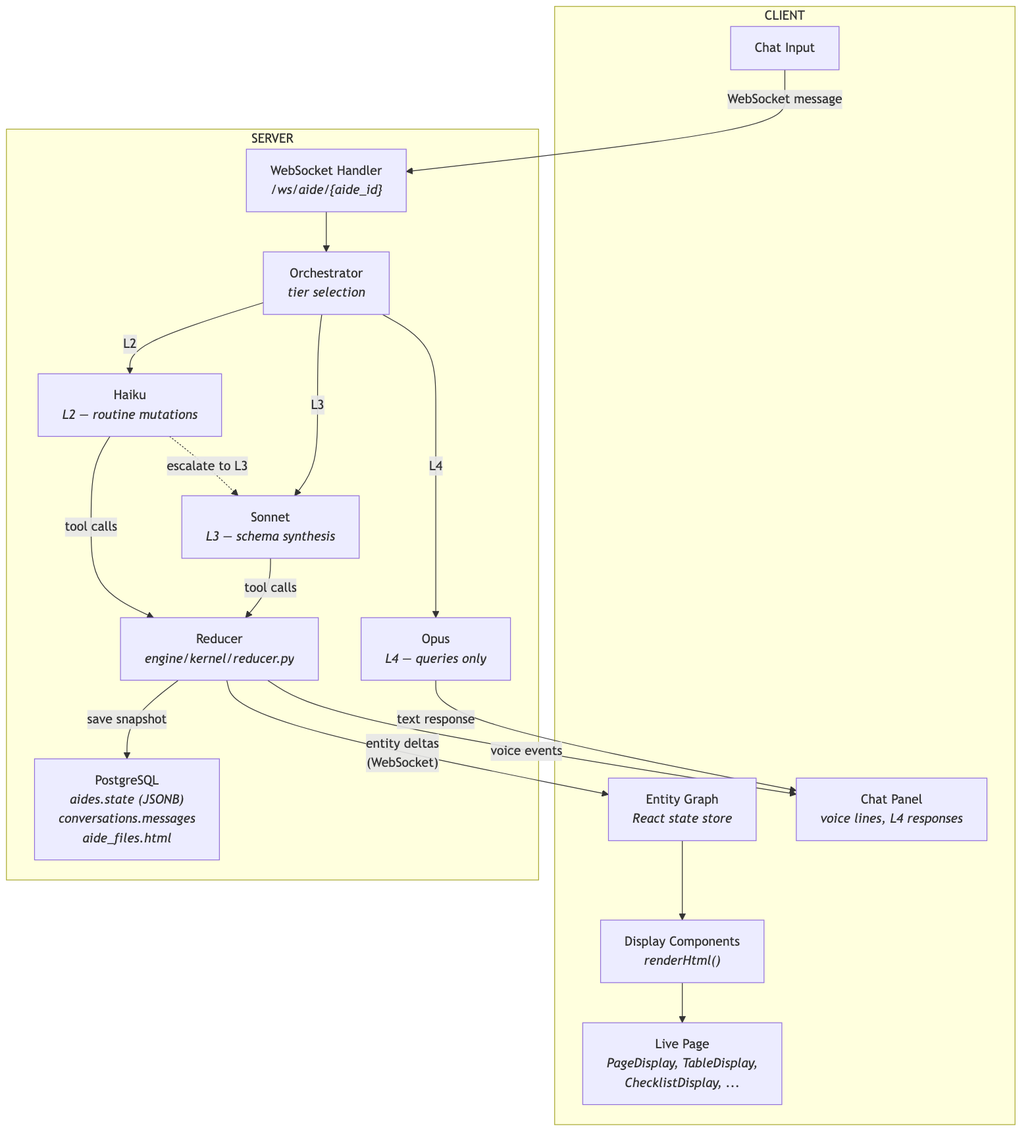
Above: docs/eng_design/aide_architecture.png in zcancio/aide (Mermaid), before the change. Its source is kept beside it as docs/eng_design/aide_architecture.mmd. Source of this version:
```mermaid
graph TD
    subgraph CLIENT["CLIENT"]
        direction TB
        INPUT["Chat Input"]
        CHAT["Chat Panel<br/><i>voice lines, L4 responses</i>"]
        GRAPH["Entity Graph<br/><i>React state store</i>"]
        RENDERER["Display Components<br/><i>renderHtml()</i>"]
        PAGE["Live Page<br/><i>PageDisplay, TableDisplay,<br/>ChecklistDisplay, ...</i>"]

        GRAPH --> RENDERER
        RENDERER --> PAGE
    end

    subgraph SERVER["SERVER"]
        direction TB
        WS["WebSocket Handler<br/><i>/ws/aide/{aide_id}</i>"]
        ORCH["Orchestrator<br/><i>tier selection</i>"]

        HAIKU["Haiku<br/><i>L2 — routine mutations</i>"]
        SONNET["Sonnet<br/><i>L3 — schema synthesis</i>"]
        OPUS["Opus<br/><i>L4 — queries only</i>"]

        REDUCER["Reducer<br/><i>engine/kernel/reducer.py</i>"]
        DB["PostgreSQL<br/><i>aides.state (JSONB)<br/>conversations.messages<br/>aide_files.html</i>"]

        WS --> ORCH
        ORCH -->|"L2"| HAIKU
        ORCH -->|"L3"| SONNET
        ORCH -->|"L4"| OPUS

        HAIKU -->|"tool calls"| REDUCER
        SONNET -->|"tool calls"| REDUCER
        HAIKU -.->|"escalate to L3"| SONNET

        REDUCER -->|"save snapshot"| DB
    end

    INPUT -->|"WebSocket message"| WS
    REDUCER -->|"entity deltas<br/>(WebSocket)"| GRAPH
    REDUCER -->|"voice events"| CHAT
    OPUS -->|"text response"| CHAT
```
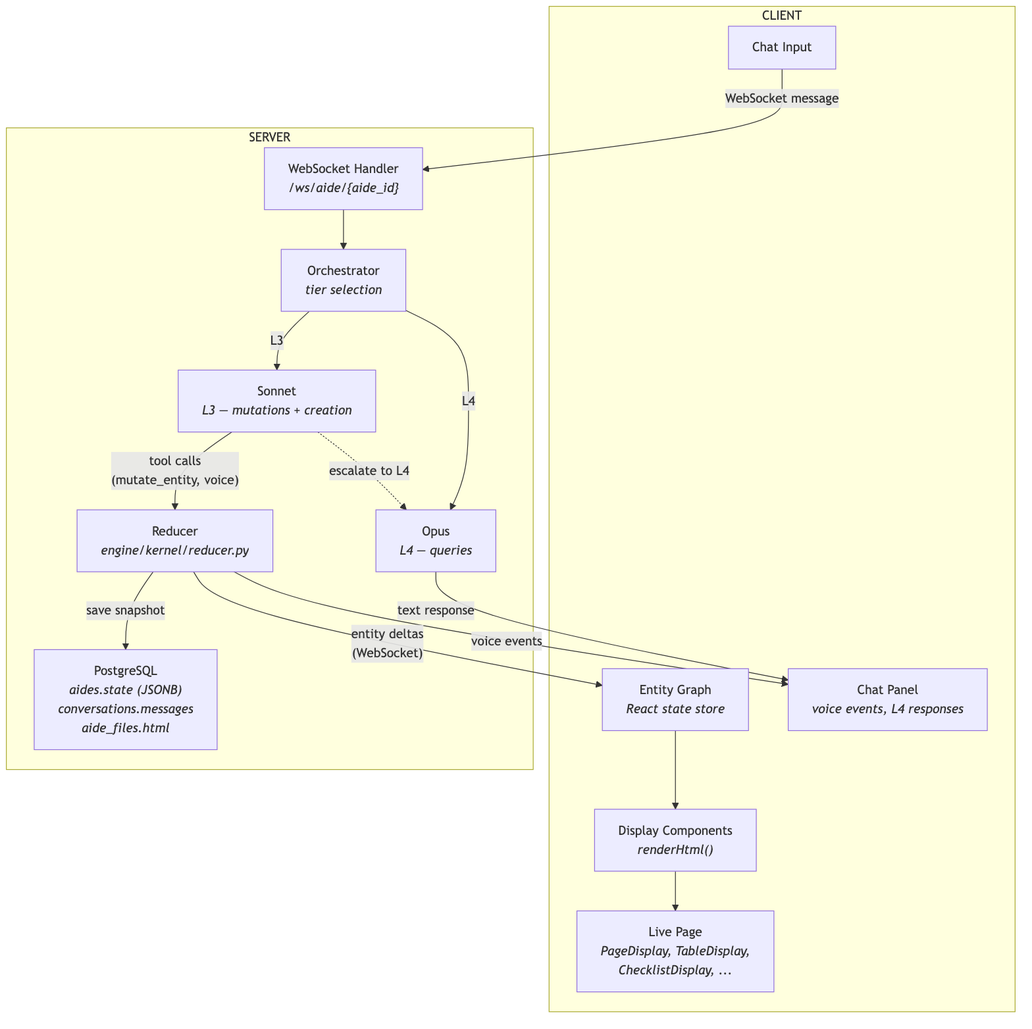
The same file after the commit.

Commit message:
docs: remove L2 tier, update to two-tier architecture (L3/L4)

The edit, as a diff of the source:
```diff
@@ -2,7 +2,7 @@
     subgraph CLIENT["CLIENT"]
         direction TB
         INPUT["Chat Input"]
-        CHAT["Chat Panel<br/><i>voice lines, L4 responses</i>"]
+        CHAT["Chat Panel<br/><i>voice events, L4 responses</i>"]
         GRAPH["Entity Graph<br/><i>React state store</i>"]
         RENDERER["Display Components<br/><i>renderHtml()</i>"]
         PAGE["Live Page<br/><i>PageDisplay, TableDisplay,<br/>ChecklistDisplay, ...</i>"]
@@ -16,21 +16,18 @@
         WS["WebSocket Handler<br/><i>/ws/aide/{aide_id}</i>"]
         ORCH["Orchestrator<br/><i>tier selection</i>"]
 
-        HAIKU["Haiku<br/><i>L2 — routine mutations</i>"]
-        SONNET["Sonnet<br/><i>L3 — schema synthesis</i>"]
-        OPUS["Opus<br/><i>L4 — queries only</i>"]
+        SONNET["Sonnet<br/><i>L3 — mutations + creation</i>"]
+        OPUS["Opus<br/><i>L4 — queries</i>"]
 
         REDUCER["Reducer<br/><i>engine/kernel/reducer.py</i>"]
         DB["PostgreSQL<br/><i>aides.state (JSONB)<br/>conversations.messages<br/>aide_files.html</i>"]
 
         WS --> ORCH
-        ORCH -->|"L2"| HAIKU
         ORCH -->|"L3"| SONNET
         ORCH -->|"L4"| OPUS
 
-        HAIKU -->|"tool calls"| REDUCER
-        SONNET -->|"tool calls"| REDUCER
-        HAIKU -.->|"escalate to L3"| SONNET
+        SONNET -->|"tool calls<br/>(mutate_entity, voice)"| REDUCER
+        SONNET -.->|"escalate to L4"| OPUS
 
         REDUCER -->|"save snapshot"| DB
     end
```
